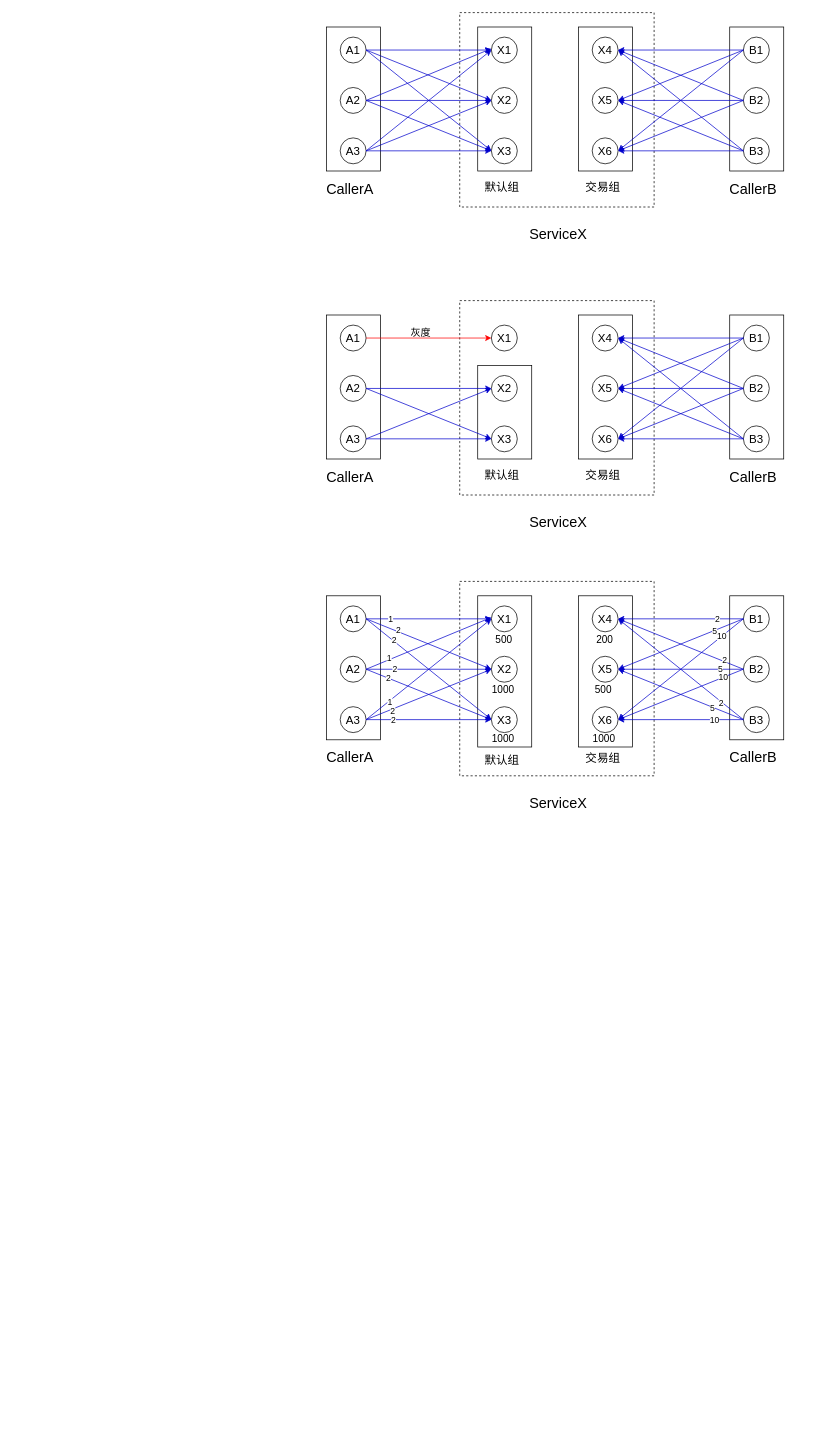
This is zz/srvmgr/flow_control.drawio from waterystone/draw_io, a draw.io file, before an edit. Source tidied: cells renumbered, new cells numbered last; positions are measured from the earlier drawing's top-left corner, leaving out a move shared by most shapes. Both pictures are drawn from the tidied source at 72%, with x=0, y=0 at pixel (324, 12).
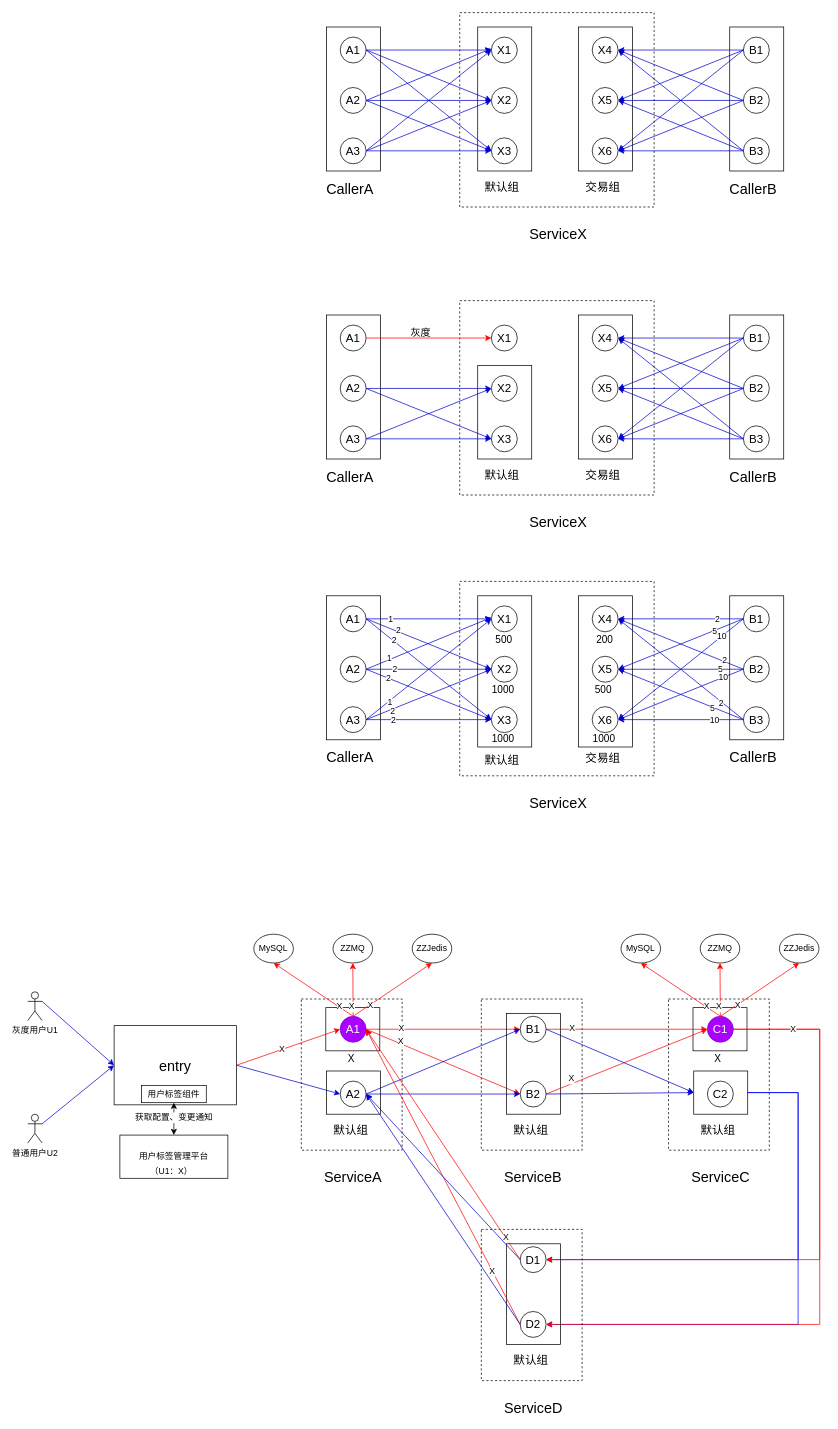
The same page after the edit.

Change to the diagram source:
```diff
@@
+    <mxCell id="143" style="rounded=0;whiteSpace=wrap;html=1;fillColor=none;" parent="1" vertex="1">
+      <mxGeometry x="512" y="1382" width="75" height="60" as="geometry" />
+    </mxCell>
+    <mxCell id="144" style="rounded=0;whiteSpace=wrap;html=1;fillColor=none;" parent="1" vertex="1">
+      <mxGeometry x="2" y="1382" width="75" height="60" as="geometry" />
+    </mxCell>
+    <mxCell id="145" style="rounded=0;whiteSpace=wrap;html=1;fillColor=none;dashed=1;" parent="1" vertex="1">
+      <mxGeometry x="-32" y="1370" width="140" height="210" as="geometry" />
+    </mxCell>
@@
+    <mxCell id="146" style="rounded=0;whiteSpace=wrap;html=1;fillColor=none;" parent="1" vertex="1">
+      <mxGeometry x="3" y="1470" width="75" height="60" as="geometry" />
+    </mxCell>
+    <mxCell id="147" value="&lt;font style=&quot;font-size: 16px&quot;&gt;A1&lt;/font&gt;" style="ellipse;whiteSpace=wrap;html=1;fillColor=#aa00ff;strokeColor=#7700CC;fontColor=#ffffff;" parent="1" vertex="1">
+      <mxGeometry x="22" y="1394" width="36" height="36" as="geometry" />
+    </mxCell>
+    <mxCell id="148" value="&lt;span style=&quot;font-size: 16px&quot;&gt;A2&lt;/span&gt;" style="ellipse;whiteSpace=wrap;html=1;fillColor=none;" parent="1" vertex="1">
+      <mxGeometry x="22" y="1484" width="36" height="36" as="geometry" />
+    </mxCell>
+    <mxCell id="149" value="&lt;span style=&quot;font-size: 16px&quot;&gt;默认组&lt;/span&gt;" style="text;html=1;align=left;verticalAlign=top;spacingTop=-4;" parent="1" vertex="1">
+      <mxGeometry x="10.5" y="1540" width="60" height="20" as="geometry" />
+    </mxCell>
+    <mxCell id="150" style="endArrow=classic;html=1;strokeColor=#FF0000;exitX=1;exitY=0.5;exitDx=0;exitDy=0;entryX=0;entryY=0.5;entryDx=0;entryDy=0;" parent="1" edge="1" source="147" target="173">
+      <mxGeometry relative="1" as="geometry" />
+    </mxCell>
+    <mxCell id="151" value="X" style="text;html=1;align=center;verticalAlign=middle;labelBackgroundColor=#ffffff;" parent="150" vertex="1">
+      <mxGeometry x="-0.55" y="2" relative="1" as="geometry" />
+    </mxCell>
+    <mxCell id="152" style="endArrow=classic;html=1;strokeColor=#FF0000;exitX=1;exitY=0.5;exitDx=0;exitDy=0;entryX=0;entryY=0.5;entryDx=0;entryDy=0;" parent="1" edge="1" source="147" target="174">
+      <mxGeometry relative="1" as="geometry" />
+    </mxCell>
+    <mxCell id="153" value="X" style="text;html=1;align=center;verticalAlign=middle;labelBackgroundColor=#ffffff;" parent="152" vertex="1">
+      <mxGeometry x="-0.57" y="3" relative="1" as="geometry" />
+    </mxCell>
+    <mxCell id="154" style="endArrow=classic;html=1;strokeColor=#0000CC;exitX=1;exitY=0.5;exitDx=0;exitDy=0;entryX=0;entryY=0.5;entryDx=0;entryDy=0;" parent="1" edge="1" source="148" target="173">
+      <mxGeometry relative="1" as="geometry" />
+    </mxCell>
+    <mxCell id="155" style="endArrow=classic;html=1;strokeColor=#0000CC;exitX=1;exitY=0.5;exitDx=0;exitDy=0;entryX=0;entryY=0.5;entryDx=0;entryDy=0;" parent="1" edge="1" source="148" target="174">
+      <mxGeometry relative="1" as="geometry" />
+    </mxCell>
+    <mxCell id="156" value="灰度用户U1" style="shape=umlActor;verticalLabelPosition=bottom;labelBackgroundColor=#ffffff;verticalAlign=top;html=1;outlineConnect=0;fillColor=none;" parent="1" vertex="1">
+      <mxGeometry x="-412" y="1360" width="20" height="40" as="geometry" />
+    </mxCell>
+    <mxCell id="157" value="&lt;font style=&quot;font-size: 20px&quot;&gt;entry&lt;/font&gt;" style="rounded=0;whiteSpace=wrap;html=1;fillColor=none;" parent="1" vertex="1">
+      <mxGeometry x="-292" y="1407" width="170" height="110" as="geometry" />
+    </mxCell>
+    <mxCell id="158" value="普通用户U2" style="shape=umlActor;verticalLabelPosition=bottom;labelBackgroundColor=#ffffff;verticalAlign=top;html=1;outlineConnect=0;fillColor=none;" parent="1" vertex="1">
+      <mxGeometry x="-412" y="1530" width="20" height="40" as="geometry" />
+    </mxCell>
+    <mxCell id="159" style="endArrow=classic;html=1;strokeColor=#0000CC;exitX=1;exitY=0.3333333333333333;exitDx=0;exitDy=0;entryX=0;entryY=0.5;entryDx=0;entryDy=0;exitPerimeter=0;" parent="1" edge="1" source="156" target="157">
+      <mxGeometry relative="1" as="geometry" />
+    </mxCell>
+    <mxCell id="160" style="endArrow=classic;html=1;strokeColor=#0000CC;exitX=1;exitY=0.3333333333333333;exitDx=0;exitDy=0;entryX=0;entryY=0.5;entryDx=0;entryDy=0;exitPerimeter=0;" parent="1" edge="1" source="158" target="157">
+      <mxGeometry relative="1" as="geometry" />
+    </mxCell>
+    <mxCell id="161" value="&lt;font style=&quot;font-size: 20px&quot;&gt;ServiceA&lt;/font&gt;" style="text;html=1;" parent="1" vertex="1">
+      <mxGeometry x="-2" y="1599" width="80" height="30" as="geometry" />
+    </mxCell>
+    <mxCell id="162" value="&lt;font style=&quot;font-size: 12px&quot;&gt;用户标签组件&lt;/font&gt;" style="rounded=0;whiteSpace=wrap;html=1;fillColor=none;" parent="1" vertex="1">
+      <mxGeometry x="-254" y="1490" width="90" height="24" as="geometry" />
+    </mxCell>
+    <mxCell id="163" style="endArrow=classic;html=1;strokeColor=#FF0000;exitX=1;exitY=0.5;exitDx=0;exitDy=0;entryX=0;entryY=0.5;entryDx=0;entryDy=0;" parent="1" edge="1" source="157" target="147">
+      <mxGeometry relative="1" as="geometry" />
+    </mxCell>
+    <mxCell id="164" value="X" style="text;html=1;align=center;verticalAlign=middle;labelBackgroundColor=#ffffff;" parent="163" vertex="1">
+      <mxGeometry x="-0.12" y="1" relative="1" as="geometry" />
+    </mxCell>
+    <mxCell id="165" value="&lt;font style=&quot;font-size: 12px&quot;&gt;用户标签管理平台&lt;/font&gt;" style="rounded=0;whiteSpace=wrap;html=1;fillColor=none;" parent="1" vertex="1">
+      <mxGeometry x="-284" y="1559" width="150" height="60" as="geometry" />
+    </mxCell>
+    <mxCell id="166" style="endArrow=classic;startArrow=classic;html=1;strokeColor=#000000;entryX=0.5;entryY=1;entryDx=0;entryDy=0;exitX=0.5;exitY=0;exitDx=0;exitDy=0;" parent="1" edge="1" source="165" target="162">
+      <mxGeometry relative="1" as="geometry" />
+    </mxCell>
+    <mxCell id="167" value="获取配置、变更通知" style="text;html=1;align=center;verticalAlign=middle;labelBackgroundColor=#ffffff;" parent="166" vertex="1">
+      <mxGeometry x="0.11" y="1" relative="1" as="geometry" />
+    </mxCell>
+    <mxCell id="168" style="endArrow=classic;html=1;strokeColor=#0000CC;exitX=1;exitY=0.5;exitDx=0;exitDy=0;entryX=0;entryY=0.5;entryDx=0;entryDy=0;" parent="1" edge="1" source="157" target="148">
+      <mxGeometry relative="1" as="geometry" />
+    </mxCell>
+    <mxCell id="169" value="（U1：X）" style="text;html=1;align=left;verticalAlign=top;spacingTop=-4;" parent="1" vertex="1">
+      <mxGeometry x="-244" y="1599" width="70" height="20" as="geometry" />
+    </mxCell>
+    <mxCell id="170" value="&lt;font style=&quot;font-size: 14px&quot;&gt;X&lt;/font&gt;" style="text;html=1;align=left;verticalAlign=top;spacingTop=-4;" parent="1" vertex="1">
+      <mxGeometry x="30.5" y="1442" width="20" height="20" as="geometry" />
+    </mxCell>
+    <mxCell id="171" style="rounded=0;whiteSpace=wrap;html=1;fillColor=none;dashed=1;" parent="1" vertex="1">
+      <mxGeometry x="218" y="1370" width="140" height="210" as="geometry" />
+    </mxCell>
+    <mxCell id="172" style="rounded=0;whiteSpace=wrap;html=1;fillColor=none;" parent="1" vertex="1">
+      <mxGeometry x="253" y="1390" width="75" height="140" as="geometry" />
+    </mxCell>
+    <mxCell id="173" value="&lt;font style=&quot;font-size: 16px&quot;&gt;B1&lt;/font&gt;" style="ellipse;whiteSpace=wrap;html=1;" parent="1" vertex="1">
+      <mxGeometry x="272" y="1394" width="36" height="36" as="geometry" />
+    </mxCell>
+    <mxCell id="174" value="&lt;span style=&quot;font-size: 16px&quot;&gt;B2&lt;/span&gt;" style="ellipse;whiteSpace=wrap;html=1;fillColor=none;" parent="1" vertex="1">
+      <mxGeometry x="272" y="1484" width="36" height="36" as="geometry" />
+    </mxCell>
+    <mxCell id="175" value="&lt;span style=&quot;font-size: 16px&quot;&gt;默认组&lt;/span&gt;" style="text;html=1;align=left;verticalAlign=top;spacingTop=-4;" parent="1" vertex="1">
+      <mxGeometry x="260.5" y="1540" width="60" height="20" as="geometry" />
+    </mxCell>
+    <mxCell id="176" value="&lt;font style=&quot;font-size: 20px&quot;&gt;ServiceB&lt;/font&gt;" style="text;html=1;" parent="1" vertex="1">
+      <mxGeometry x="248" y="1599" width="80" height="30" as="geometry" />
+    </mxCell>
+    <mxCell id="177" style="rounded=0;whiteSpace=wrap;html=1;fillColor=none;dashed=1;" parent="1" vertex="1">
+      <mxGeometry x="478" y="1370" width="140" height="210" as="geometry" />
+    </mxCell>
+    <mxCell id="178" style="edgeStyle=orthogonalEdgeStyle;rounded=0;jettySize=auto;html=1;exitX=1;exitY=0.5;exitDx=0;exitDy=0;entryX=1;entryY=0.5;entryDx=0;entryDy=0;strokeColor=#0000FF;" parent="1" edge="1" source="180" target="197">
+      <mxGeometry relative="1" as="geometry">
+        <Array as="points">
+          <mxPoint x="658" y="1500" />
+          <mxPoint x="658" y="1732" />
+        </Array>
+      </mxGeometry>
+    </mxCell>
+    <mxCell id="179" style="edgeStyle=orthogonalEdgeStyle;rounded=0;jettySize=auto;html=1;exitX=1;exitY=0.5;exitDx=0;exitDy=0;entryX=1;entryY=0.5;entryDx=0;entryDy=0;strokeColor=#0000FF;" parent="1" edge="1" source="180" target="198">
+      <mxGeometry relative="1" as="geometry">
+        <Array as="points">
+          <mxPoint x="658" y="1500" />
+          <mxPoint x="658" y="1822" />
+        </Array>
+      </mxGeometry>
+    </mxCell>
+    <mxCell id="180" style="rounded=0;whiteSpace=wrap;html=1;fillColor=none;" parent="1" vertex="1">
+      <mxGeometry x="513" y="1470" width="75" height="60" as="geometry" />
+    </mxCell>
+    <mxCell id="181" style="edgeStyle=orthogonalEdgeStyle;rounded=0;jettySize=auto;html=1;exitX=1;exitY=0.5;exitDx=0;exitDy=0;entryX=1;entryY=0.5;entryDx=0;entryDy=0;strokeColor=#FF0000;" parent="1" edge="1" source="184" target="197">
+      <mxGeometry relative="1" as="geometry">
+        <Array as="points">
+          <mxPoint x="688" y="1412" />
+          <mxPoint x="688" y="1732" />
+        </Array>
+      </mxGeometry>
+    </mxCell>
+    <mxCell id="182" style="edgeStyle=orthogonalEdgeStyle;rounded=0;jettySize=auto;html=1;exitX=1;exitY=0.5;exitDx=0;exitDy=0;entryX=1;entryY=0.5;entryDx=0;entryDy=0;strokeColor=#FF0000;" parent="1" edge="1" source="184" target="198">
+      <mxGeometry relative="1" as="geometry">
+        <Array as="points">
+          <mxPoint x="688" y="1412" />
+          <mxPoint x="688" y="1822" />
+        </Array>
+      </mxGeometry>
+    </mxCell>
+    <mxCell id="183" value="X" style="text;html=1;align=center;verticalAlign=middle;labelBackgroundColor=#ffffff;" parent="182" vertex="1">
+      <mxGeometry x="-0.82" y="-4" relative="1" as="geometry">
+        <mxPoint y="-5" as="offset" />
+      </mxGeometry>
+    </mxCell>
+    <mxCell id="184" value="&lt;font style=&quot;font-size: 16px&quot;&gt;C1&lt;/font&gt;" style="ellipse;whiteSpace=wrap;html=1;fillColor=#aa00ff;strokeColor=#7700CC;fontColor=#ffffff;" parent="1" vertex="1">
+      <mxGeometry x="532" y="1394" width="36" height="36" as="geometry" />
+    </mxCell>
+    <mxCell id="185" value="&lt;span style=&quot;font-size: 16px&quot;&gt;C2&lt;/span&gt;" style="ellipse;whiteSpace=wrap;html=1;fillColor=none;" parent="1" vertex="1">
+      <mxGeometry x="532" y="1484" width="36" height="36" as="geometry" />
+    </mxCell>
+    <mxCell id="186" value="&lt;span style=&quot;font-size: 16px&quot;&gt;默认组&lt;/span&gt;" style="text;html=1;align=left;verticalAlign=top;spacingTop=-4;" parent="1" vertex="1">
+      <mxGeometry x="520.5" y="1540" width="60" height="20" as="geometry" />
+    </mxCell>
+    <mxCell id="187" value="&lt;font style=&quot;font-size: 20px&quot;&gt;ServiceC&lt;/font&gt;" style="text;html=1;" parent="1" vertex="1">
+      <mxGeometry x="508" y="1599" width="80" height="30" as="geometry" />
+    </mxCell>
+    <mxCell id="188" value="&lt;font style=&quot;font-size: 14px&quot;&gt;X&lt;/font&gt;" style="text;html=1;align=left;verticalAlign=top;spacingTop=-4;" parent="1" vertex="1">
+      <mxGeometry x="540" y="1442" width="20" height="20" as="geometry" />
+    </mxCell>
+    <mxCell id="189" style="endArrow=classic;html=1;strokeColor=#FF0000;exitX=1;exitY=0.5;exitDx=0;exitDy=0;entryX=0;entryY=0.5;entryDx=0;entryDy=0;" parent="1" edge="1" source="173" target="184">
+      <mxGeometry relative="1" as="geometry" />
+    </mxCell>
+    <mxCell id="190" value="X" style="text;html=1;align=center;verticalAlign=middle;labelBackgroundColor=#ffffff;" parent="189" vertex="1">
+      <mxGeometry x="-0.55" y="2" relative="1" as="geometry">
+        <mxPoint x="-15" as="offset" />
+      </mxGeometry>
+    </mxCell>
+    <mxCell id="191" style="endArrow=classic;html=1;strokeColor=#FF0000;exitX=1;exitY=0.5;exitDx=0;exitDy=0;entryX=0;entryY=0.5;entryDx=0;entryDy=0;" parent="1" edge="1" source="174" target="184">
+      <mxGeometry relative="1" as="geometry" />
+    </mxCell>
+    <mxCell id="192" value="X" style="text;html=1;align=center;verticalAlign=middle;labelBackgroundColor=#ffffff;" parent="191" vertex="1">
+      <mxGeometry x="-0.55" y="2" relative="1" as="geometry">
+        <mxPoint x="-15" as="offset" />
+      </mxGeometry>
+    </mxCell>
+    <mxCell id="193" style="endArrow=classic;html=1;strokeColor=#0000CC;exitX=1;exitY=0.5;exitDx=0;exitDy=0;entryX=0;entryY=0.5;entryDx=0;entryDy=0;" parent="1" edge="1" source="173" target="180">
+      <mxGeometry relative="1" as="geometry" />
+    </mxCell>
+    <mxCell id="194" style="endArrow=classic;html=1;strokeColor=#0000CC;exitX=1;exitY=0.5;exitDx=0;exitDy=0;entryX=0;entryY=0.5;entryDx=0;entryDy=0;" parent="1" edge="1" source="174" target="180">
+      <mxGeometry relative="1" as="geometry" />
+    </mxCell>
+    <mxCell id="195" style="rounded=0;whiteSpace=wrap;html=1;fillColor=none;dashed=1;" parent="1" vertex="1">
+      <mxGeometry x="218" y="1690" width="140" height="210" as="geometry" />
+    </mxCell>
+    <mxCell id="196" style="rounded=0;whiteSpace=wrap;html=1;fillColor=none;" parent="1" vertex="1">
+      <mxGeometry x="253" y="1710" width="75" height="140" as="geometry" />
+    </mxCell>
+    <mxCell id="197" value="&lt;font style=&quot;font-size: 16px&quot;&gt;D1&lt;/font&gt;" style="ellipse;whiteSpace=wrap;html=1;" parent="1" vertex="1">
+      <mxGeometry x="272" y="1714" width="36" height="36" as="geometry" />
+    </mxCell>
+    <mxCell id="198" value="&lt;span style=&quot;font-size: 16px&quot;&gt;D2&lt;/span&gt;" style="ellipse;whiteSpace=wrap;html=1;fillColor=none;" parent="1" vertex="1">
+      <mxGeometry x="272" y="1804" width="36" height="36" as="geometry" />
+    </mxCell>
+    <mxCell id="199" value="&lt;span style=&quot;font-size: 16px&quot;&gt;默认组&lt;/span&gt;" style="text;html=1;align=left;verticalAlign=top;spacingTop=-4;" parent="1" vertex="1">
+      <mxGeometry x="260.5" y="1860" width="60" height="20" as="geometry" />
+    </mxCell>
+    <mxCell id="200" value="&lt;font style=&quot;font-size: 20px&quot;&gt;ServiceD&lt;/font&gt;" style="text;html=1;" parent="1" vertex="1">
+      <mxGeometry x="248" y="1919" width="80" height="30" as="geometry" />
+    </mxCell>
+    <mxCell id="201" style="endArrow=classic;html=1;strokeColor=#FF0000;exitX=0;exitY=0.5;exitDx=0;exitDy=0;entryX=1;entryY=0.5;entryDx=0;entryDy=0;" parent="1" edge="1" source="197" target="147">
+      <mxGeometry relative="1" as="geometry" />
+    </mxCell>
+    <mxCell id="202" value="X" style="text;html=1;align=center;verticalAlign=middle;labelBackgroundColor=#ffffff;" parent="201" vertex="1">
+      <mxGeometry x="-0.57" y="3" relative="1" as="geometry">
+        <mxPoint x="28.5" y="35.5" as="offset" />
+      </mxGeometry>
+    </mxCell>
+    <mxCell id="203" style="endArrow=classic;html=1;strokeColor=#FF0000;exitX=0;exitY=0.5;exitDx=0;exitDy=0;entryX=1;entryY=0.5;entryDx=0;entryDy=0;" parent="1" edge="1" source="198" target="147">
+      <mxGeometry relative="1" as="geometry" />
+    </mxCell>
+    <mxCell id="204" value="X" style="text;html=1;align=center;verticalAlign=middle;labelBackgroundColor=#ffffff;" parent="203" vertex="1">
+      <mxGeometry x="-0.57" y="3" relative="1" as="geometry">
+        <mxPoint x="9" y="13" as="offset" />
+      </mxGeometry>
+    </mxCell>
+    <mxCell id="205" style="endArrow=classic;html=1;strokeColor=#0000CC;exitX=0;exitY=0.5;exitDx=0;exitDy=0;entryX=1;entryY=0.5;entryDx=0;entryDy=0;" parent="1" edge="1" source="197" target="148">
+      <mxGeometry relative="1" as="geometry" />
+    </mxCell>
+    <mxCell id="206" style="endArrow=classic;html=1;strokeColor=#0000CC;exitX=0;exitY=0.5;exitDx=0;exitDy=0;entryX=1;entryY=0.5;entryDx=0;entryDy=0;" parent="1" edge="1" source="198" target="148">
+      <mxGeometry relative="1" as="geometry" />
+    </mxCell>
+    <mxCell id="207" value="MySQL" style="ellipse;whiteSpace=wrap;html=1;fillColor=none;" parent="1" vertex="1">
+      <mxGeometry x="412" y="1280" width="55" height="40" as="geometry" />
+    </mxCell>
+    <mxCell id="208" value="ZZMQ" style="ellipse;whiteSpace=wrap;html=1;fillColor=none;" parent="1" vertex="1">
+      <mxGeometry x="522" y="1280" width="55" height="40" as="geometry" />
+    </mxCell>
+    <mxCell id="209" value="ZZJedis" style="ellipse;whiteSpace=wrap;html=1;fillColor=none;" parent="1" vertex="1">
+      <mxGeometry x="632" y="1280" width="55" height="40" as="geometry" />
+    </mxCell>
+    <mxCell id="210" style="endArrow=classic;html=1;strokeColor=#FF0000;exitX=0.5;exitY=0;exitDx=0;exitDy=0;entryX=0.5;entryY=1;entryDx=0;entryDy=0;" parent="1" edge="1" source="184" target="207">
+      <mxGeometry relative="1" as="geometry" />
+    </mxCell>
+    <mxCell id="211" value="X" style="text;html=1;align=center;verticalAlign=middle;labelBackgroundColor=#ffffff;" parent="210" vertex="1">
+      <mxGeometry x="-0.55" y="2" relative="1" as="geometry">
+        <mxPoint x="7" y="1" as="offset" />
+      </mxGeometry>
+    </mxCell>
+    <mxCell id="212" style="endArrow=classic;html=1;strokeColor=#FF0000;exitX=0.5;exitY=0;exitDx=0;exitDy=0;entryX=0.5;entryY=1;entryDx=0;entryDy=0;" parent="1" edge="1" source="184" target="208">
+      <mxGeometry relative="1" as="geometry" />
+    </mxCell>
+    <mxCell id="213" value="X" style="text;html=1;align=center;verticalAlign=middle;labelBackgroundColor=#ffffff;" parent="212" vertex="1">
+      <mxGeometry x="-0.55" y="2" relative="1" as="geometry">
+        <mxPoint y="3" as="offset" />
+      </mxGeometry>
+    </mxCell>
+    <mxCell id="214" style="endArrow=classic;html=1;strokeColor=#FF0000;entryX=0.5;entryY=1;entryDx=0;entryDy=0;exitX=0.5;exitY=0;exitDx=0;exitDy=0;" parent="1" edge="1" source="184" target="209">
+      <mxGeometry relative="1" as="geometry" />
+    </mxCell>
+    <mxCell id="215" value="X" style="text;html=1;align=center;verticalAlign=middle;labelBackgroundColor=#ffffff;" parent="214" vertex="1">
+      <mxGeometry x="-0.55" y="2" relative="1" as="geometry">
+        <mxPoint y="3" as="offset" />
+      </mxGeometry>
+    </mxCell>
+    <mxCell id="216" value="MySQL" style="ellipse;whiteSpace=wrap;html=1;fillColor=none;" parent="1" vertex="1">
+      <mxGeometry x="-98" y="1280" width="55" height="40" as="geometry" />
+    </mxCell>
+    <mxCell id="217" value="ZZMQ" style="ellipse;whiteSpace=wrap;html=1;fillColor=none;" parent="1" vertex="1">
+      <mxGeometry x="12" y="1280" width="55" height="40" as="geometry" />
+    </mxCell>
+    <mxCell id="218" value="ZZJedis" style="ellipse;whiteSpace=wrap;html=1;fillColor=none;" parent="1" vertex="1">
+      <mxGeometry x="122" y="1280" width="55" height="40" as="geometry" />
+    </mxCell>
+    <mxCell id="219" style="endArrow=classic;html=1;strokeColor=#FF0000;exitX=0.5;exitY=0;exitDx=0;exitDy=0;entryX=0.5;entryY=1;entryDx=0;entryDy=0;" parent="1" edge="1" target="216">
+      <mxGeometry relative="1" as="geometry">
+        <mxPoint x="40" y="1394" as="sourcePoint" />
+      </mxGeometry>
+    </mxCell>
+    <mxCell id="220" value="X" style="text;html=1;align=center;verticalAlign=middle;labelBackgroundColor=#ffffff;" parent="219" vertex="1">
+      <mxGeometry x="-0.55" y="2" relative="1" as="geometry">
+        <mxPoint x="7" y="1" as="offset" />
+      </mxGeometry>
+    </mxCell>
+    <mxCell id="221" style="endArrow=classic;html=1;strokeColor=#FF0000;exitX=0.5;exitY=0;exitDx=0;exitDy=0;entryX=0.5;entryY=1;entryDx=0;entryDy=0;" parent="1" edge="1" target="217">
+      <mxGeometry relative="1" as="geometry">
+        <mxPoint x="40" y="1394" as="sourcePoint" />
+      </mxGeometry>
+    </mxCell>
+    <mxCell id="222" value="X" style="text;html=1;align=center;verticalAlign=middle;labelBackgroundColor=#ffffff;" parent="221" vertex="1">
+      <mxGeometry x="-0.55" y="2" relative="1" as="geometry">
+        <mxPoint y="3" as="offset" />
+      </mxGeometry>
+    </mxCell>
+    <mxCell id="223" style="endArrow=classic;html=1;strokeColor=#FF0000;entryX=0.5;entryY=1;entryDx=0;entryDy=0;exitX=0.5;exitY=0;exitDx=0;exitDy=0;" parent="1" edge="1" target="218">
+      <mxGeometry relative="1" as="geometry">
+        <mxPoint x="40" y="1394" as="sourcePoint" />
+      </mxGeometry>
+    </mxCell>
+    <mxCell id="224" value="X" style="text;html=1;align=center;verticalAlign=middle;labelBackgroundColor=#ffffff;" parent="223" vertex="1">
+      <mxGeometry x="-0.55" y="2" relative="1" as="geometry">
+        <mxPoint y="3" as="offset" />
+      </mxGeometry>
+    </mxCell>
```
